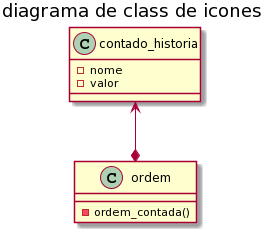
guimaraesprogramador/Apresentar-a-Peste-negra-na-europa keeps this PlantUML diagram as documentos/imagens/etapa 2/diagrama de class de icones.png. Above is the earlier version.
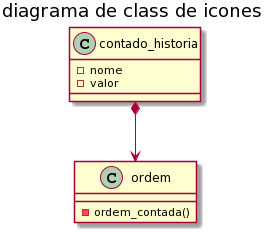
After the commit.

Commit message:
feito algumas partes do icones e resolvendo problemas de layort no quiz.

Diff of the diagram source:
```diff
@@ -8,5 +8,5 @@
 -ordem_contada()
 }
 
-contado_historia <--* ordem
+contado_historia *--> ordem
 @enduml
```
